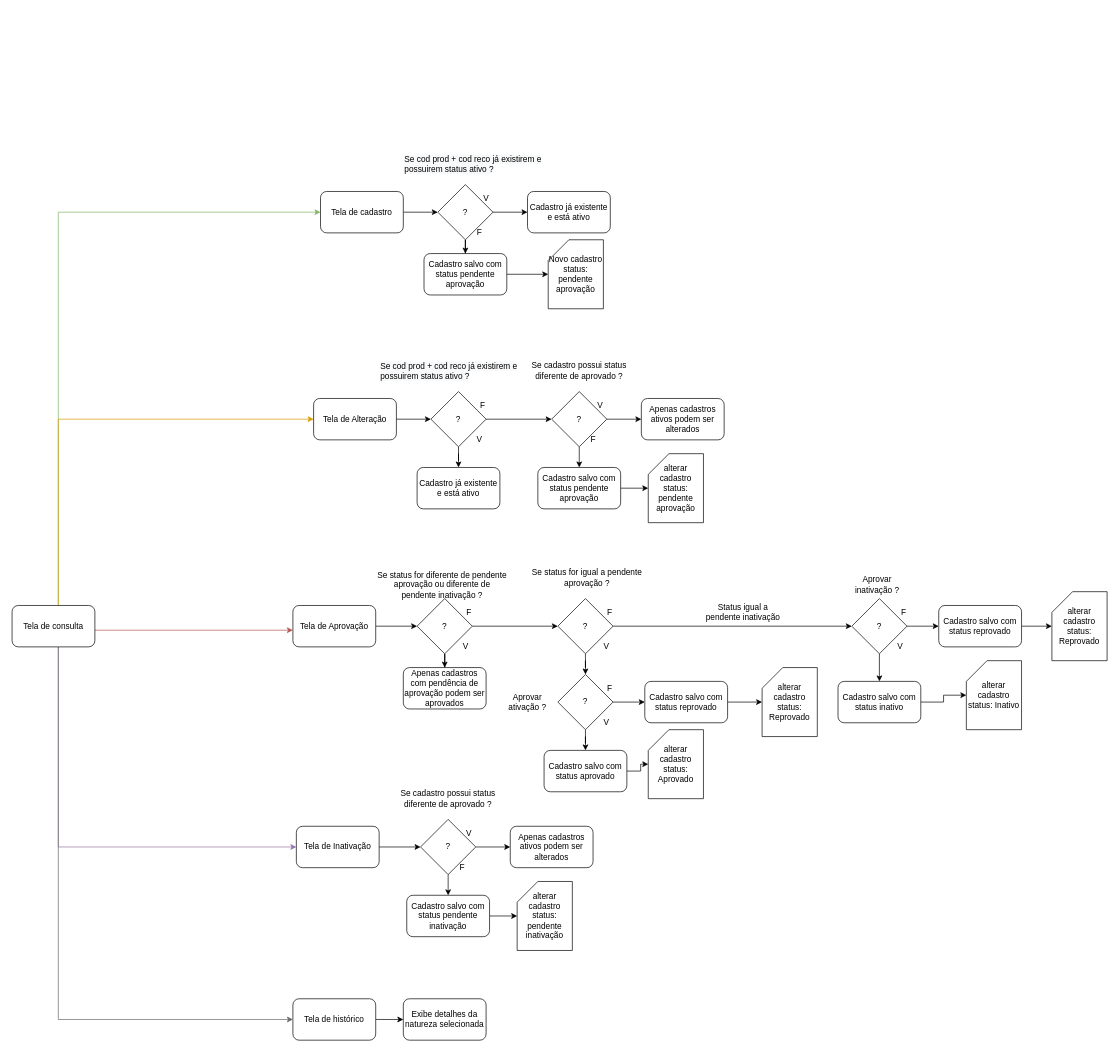
This is fluxo-natureza.drawio from Leorfk/witcher-front, a draw.io file, before an edit. Source tidied: cells renumbered, new cells numbered last; positions are measured from the earlier drawing's top-left corner, leaving out a move shared by most shapes. Both pictures are drawn from the tidied source at 69%, with x=0, y=0 at pixel (12, 150).
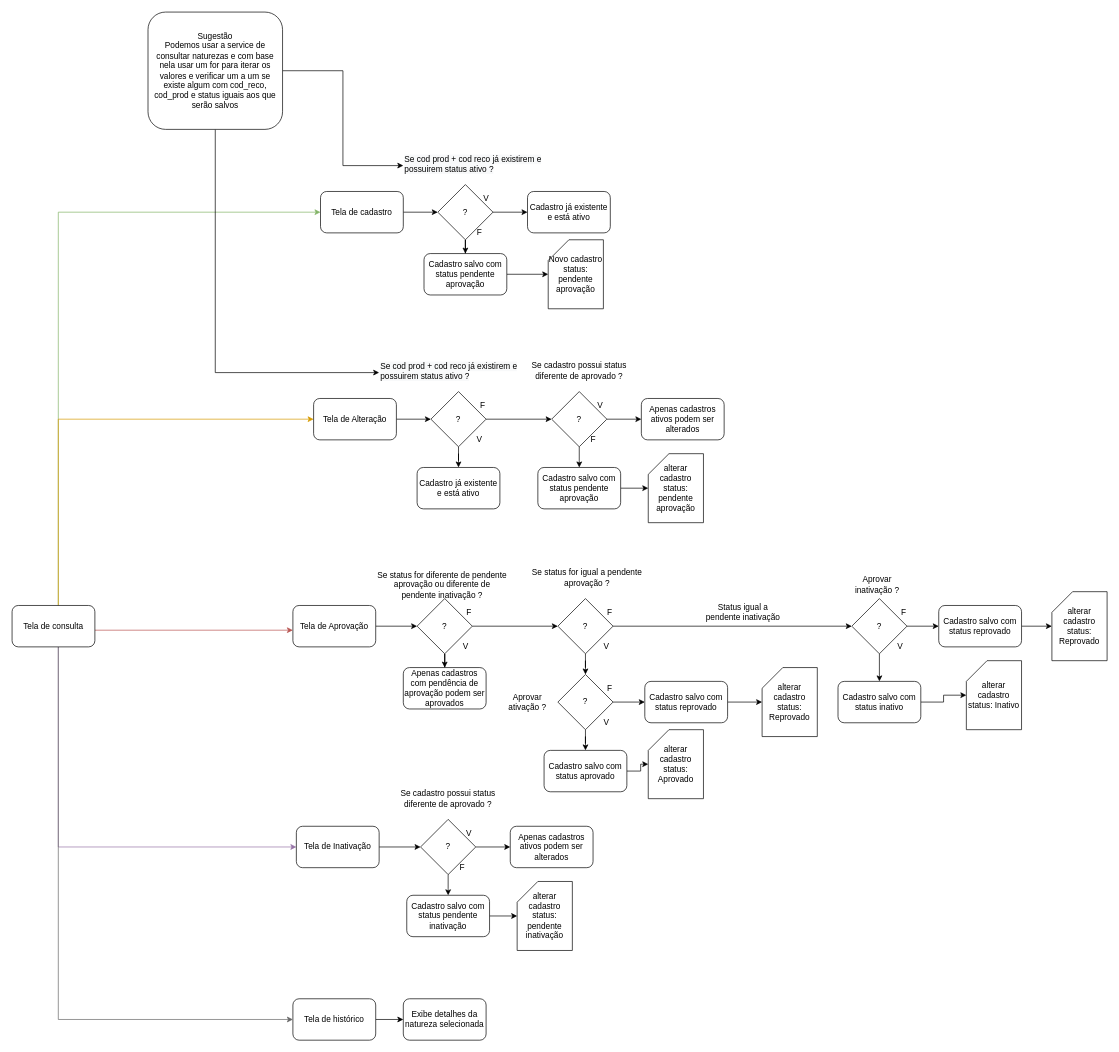
Above is the later version.

The change refers to these unchanged cells:
```xml
<mxCell id="21" value="&lt;span style=&quot;color: rgb(0 , 0 , 0) ; font-family: &amp;#34;helvetica&amp;#34; ; font-size: 12px ; font-style: normal ; font-weight: 400 ; letter-spacing: normal ; text-align: center ; text-indent: 0px ; text-transform: none ; word-spacing: 0px ; background-color: rgb(248 , 249 , 250) ; display: inline ; float: none&quot;&gt;Se cod prod + cod reco já existirem e possuirem status ativo ?&lt;/span&gt;" style="text;whiteSpace=wrap;html=1;" parent="1" vertex="1">
  <mxGeometry x="567" width="230" height="30" as="geometry" />
</mxCell>
<mxCell id="33" value="&lt;span style=&quot;color: rgb(0 , 0 , 0) ; font-family: &amp;#34;helvetica&amp;#34; ; font-size: 12px ; font-style: normal ; font-weight: 400 ; letter-spacing: normal ; text-align: center ; text-indent: 0px ; text-transform: none ; word-spacing: 0px ; background-color: rgb(248 , 249 , 250) ; display: inline ; float: none&quot;&gt;Se cod prod + cod reco já existirem e possuirem status ativo ?&lt;/span&gt;" style="text;whiteSpace=wrap;html=1;" parent="1" vertex="1">
  <mxGeometry x="532" y="300" width="230" height="30" as="geometry" />
</mxCell>
```

Diff of the diagram source:
```diff
@@
+    <mxCell id="94" style="edgeStyle=orthogonalEdgeStyle;rounded=0;jettySize=auto;html=1;entryX=0;entryY=0.75;entryDx=0;entryDy=0;" parent="1" edge="1" source="96" target="21">
+      <mxGeometry relative="1" as="geometry" />
+    </mxCell>
+    <mxCell id="95" style="edgeStyle=orthogonalEdgeStyle;rounded=0;jettySize=auto;html=1;entryX=0;entryY=0.75;entryDx=0;entryDy=0;" parent="1" edge="1" source="96" target="33">
+      <mxGeometry relative="1" as="geometry">
+        <Array as="points">
+          <mxPoint x="295" y="323" />
+        </Array>
+      </mxGeometry>
+    </mxCell>
+    <mxCell id="96" value="Sugestão&lt;br&gt;Podemos usar a service de consultar naturezas e com base nela usar um for para iterar os valores e verificar um a um se existe algum com cod_reco, cod_prod e status iguais aos que serão salvos" style="rounded=1;whiteSpace=wrap;html=1;" parent="1" vertex="1">
+      <mxGeometry x="197" y="-200" width="195" height="170" as="geometry" />
+    </mxCell>
```
